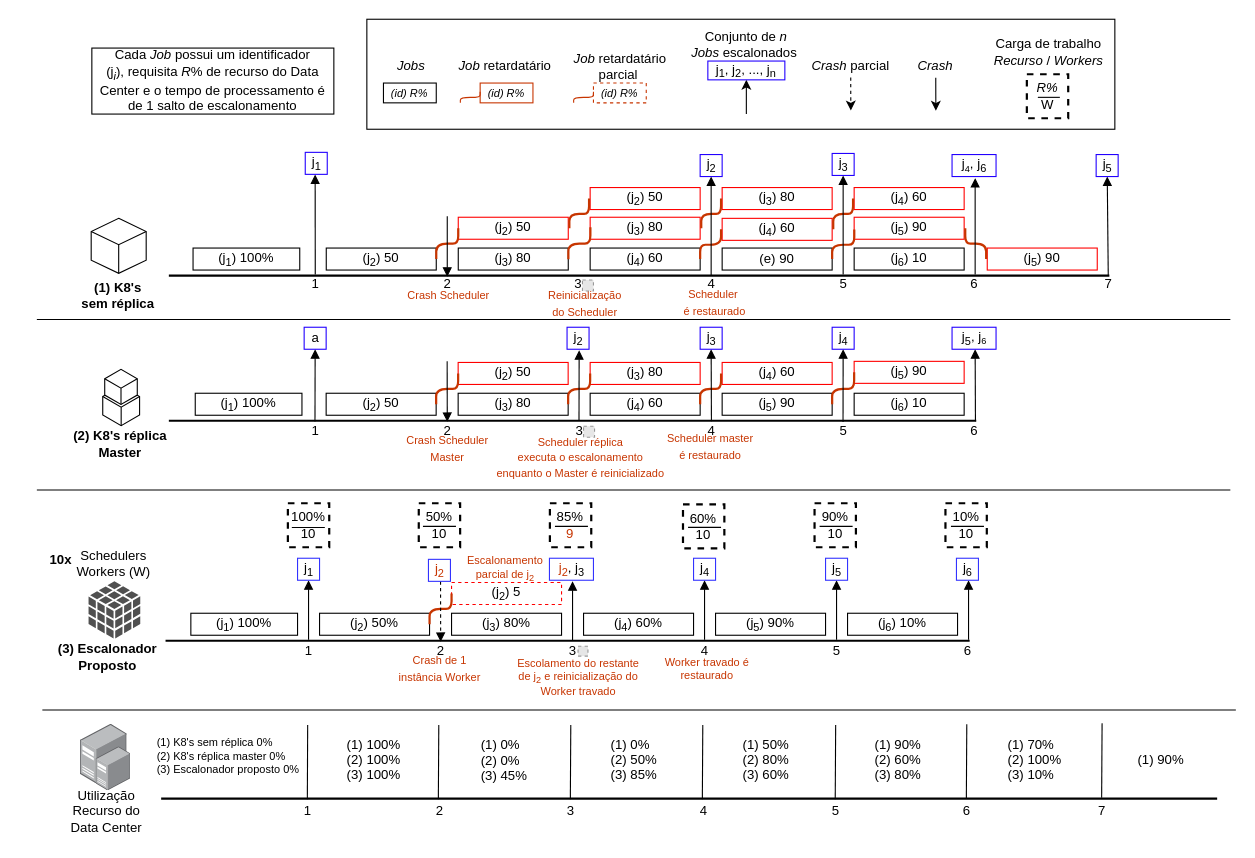
The draw.io diagram schedule-proposal.drawio in lva98/drawio, before the edit. Source tidied: cells renumbered, new cells numbered last; positions are measured from the earlier drawing's top-left corner, leaving out a move shared by most shapes. Both pictures are drawn from the tidied source at 110%, with x=0, y=0 at pixel (19, 19). Pictures stored in the file or linked from it are replaced by grey dashed boxes.
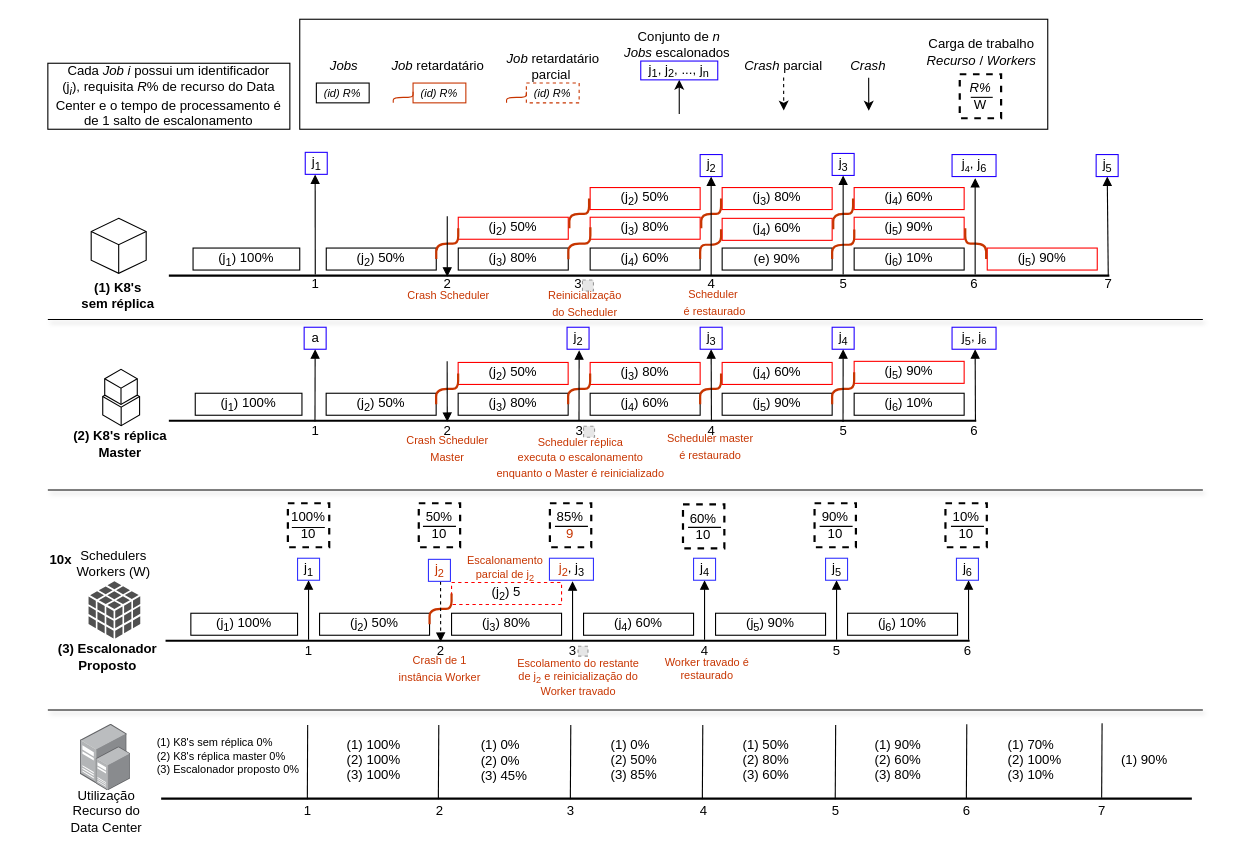
The same diagram, later.

Diff of the diagram source:
```diff
@@
-    <mxCell id="10" value="(j&lt;sub&gt;2&lt;/sub&gt;) 50" style="rounded=0;whiteSpace=wrap;html=1;strokeWidth=1;fillColor=none;" parent="1" vertex="1">
+    <mxCell id="10" value="(j&lt;sub&gt;2&lt;/sub&gt;) 50%" style="rounded=0;whiteSpace=wrap;html=1;strokeWidth=1;fillColor=none;" parent="1" vertex="1">
       <mxGeometry x="279" y="340" width="100" height="20" as="geometry" />
     </mxCell>
-    <mxCell id="11" value="(j&lt;sub&gt;3&lt;/sub&gt;) 80" style="rounded=0;whiteSpace=wrap;html=1;strokeWidth=1;fillColor=none;" parent="1" vertex="1">
+    <mxCell id="11" value="(j&lt;sub&gt;3&lt;/sub&gt;) 80%" style="rounded=0;whiteSpace=wrap;html=1;strokeWidth=1;fillColor=none;" parent="1" vertex="1">
       <mxGeometry x="399" y="340" width="100" height="20" as="geometry" />
     </mxCell>
-    <mxCell id="12" value="(j&lt;sub&gt;2&lt;/sub&gt;) 50" style="rounded=0;whiteSpace=wrap;html=1;strokeWidth=1;fillColor=none;perimeterSpacing=1;strokeColor=#FF0000;" parent="1" vertex="1">
+    <mxCell id="12" value="(j&lt;sub&gt;2&lt;/sub&gt;) 50%" style="rounded=0;whiteSpace=wrap;html=1;strokeWidth=1;fillColor=none;perimeterSpacing=1;strokeColor=#FF0000;" parent="1" vertex="1">
       <mxGeometry x="399" y="312" width="100" height="20" as="geometry" />
     </mxCell>
@@
-    <mxCell id="14" value="(j&lt;sub&gt;4&lt;/sub&gt;) 60" style="rounded=0;whiteSpace=wrap;html=1;strokeWidth=1;fillColor=none;" parent="1" vertex="1">
+    <mxCell id="14" value="(j&lt;sub&gt;4&lt;/sub&gt;) 60%" style="rounded=0;whiteSpace=wrap;html=1;strokeWidth=1;fillColor=none;" parent="1" vertex="1">
       <mxGeometry x="519" y="340" width="100" height="20" as="geometry" />
     </mxCell>
-    <mxCell id="15" value="(j&lt;sub&gt;3&lt;/sub&gt;) 80" style="rounded=0;whiteSpace=wrap;html=1;strokeWidth=1;fillColor=none;perimeterSpacing=1;strokeColor=#FF0000;" parent="1" vertex="1">
+    <mxCell id="15" value="(j&lt;sub&gt;3&lt;/sub&gt;) 80%" style="rounded=0;whiteSpace=wrap;html=1;strokeWidth=1;fillColor=none;perimeterSpacing=1;strokeColor=#FF0000;" parent="1" vertex="1">
       <mxGeometry x="519" y="312" width="100" height="20" as="geometry" />
     </mxCell>
@@
-    <mxCell id="17" value="(j&lt;sub&gt;5&lt;/sub&gt;) 90" style="rounded=0;whiteSpace=wrap;html=1;strokeWidth=1;fillColor=none;" parent="1" vertex="1">
+    <mxCell id="17" value="(j&lt;sub&gt;5&lt;/sub&gt;) 90%" style="rounded=0;whiteSpace=wrap;html=1;strokeWidth=1;fillColor=none;" parent="1" vertex="1">
       <mxGeometry x="639" y="340" width="100" height="20" as="geometry" />
     </mxCell>
-    <mxCell id="18" value="(j&lt;sub&gt;4&lt;/sub&gt;) 60" style="rounded=0;whiteSpace=wrap;html=1;strokeWidth=1;fillColor=none;perimeterSpacing=1;strokeColor=#FF0000;" parent="1" vertex="1">
+    <mxCell id="18" value="(j&lt;sub&gt;4&lt;/sub&gt;) 60%" style="rounded=0;whiteSpace=wrap;html=1;strokeWidth=1;fillColor=none;perimeterSpacing=1;strokeColor=#FF0000;" parent="1" vertex="1">
       <mxGeometry x="639" y="312" width="100" height="20" as="geometry" />
     </mxCell>
@@
-    <mxCell id="20" value="(j&lt;sub&gt;6&lt;/sub&gt;) 10" style="rounded=0;whiteSpace=wrap;html=1;strokeWidth=1;fillColor=none;" parent="1" vertex="1">
+    <mxCell id="20" value="(j&lt;sub&gt;6&lt;/sub&gt;) 10%" style="rounded=0;whiteSpace=wrap;html=1;strokeWidth=1;fillColor=none;" parent="1" vertex="1">
       <mxGeometry x="759" y="340" width="100" height="20" as="geometry" />
     </mxCell>
-    <mxCell id="21" value="(j&lt;sub&gt;2&lt;/sub&gt;) 50" style="rounded=0;whiteSpace=wrap;html=1;strokeWidth=1;fillColor=none;" parent="1" vertex="1">
+    <mxCell id="21" value="(j&lt;sub&gt;2&lt;/sub&gt;) 50%" style="rounded=0;whiteSpace=wrap;html=1;strokeWidth=1;fillColor=none;" parent="1" vertex="1">
       <mxGeometry x="279.1" y="208" width="100" height="20" as="geometry" />
     </mxCell>
-    <mxCell id="22" value="(j&lt;sub&gt;3&lt;/sub&gt;) 80" style="rounded=0;whiteSpace=wrap;html=1;strokeWidth=1;fillColor=none;" parent="1" vertex="1">
+    <mxCell id="22" value="(j&lt;sub&gt;3&lt;/sub&gt;) 80%" style="rounded=0;whiteSpace=wrap;html=1;strokeWidth=1;fillColor=none;" parent="1" vertex="1">
       <mxGeometry x="399.1" y="208" width="100" height="20" as="geometry" />
     </mxCell>
-    <mxCell id="23" value="(j&lt;sub&gt;2&lt;/sub&gt;) 50" style="rounded=0;whiteSpace=wrap;html=1;strokeWidth=1;fillColor=none;perimeterSpacing=1;strokeColor=#FF0000;" parent="1" vertex="1">
+    <mxCell id="23" value="(j&lt;sub&gt;2&lt;/sub&gt;) 50%" style="rounded=0;whiteSpace=wrap;html=1;strokeWidth=1;fillColor=none;perimeterSpacing=1;strokeColor=#FF0000;" parent="1" vertex="1">
       <mxGeometry x="399.1" y="180" width="100" height="20" as="geometry" />
     </mxCell>
@@
-    <mxCell id="25" value="(j&lt;sub&gt;4&lt;/sub&gt;) 60" style="rounded=0;whiteSpace=wrap;html=1;strokeWidth=1;fillColor=none;" parent="1" vertex="1">
+    <mxCell id="25" value="(j&lt;sub&gt;4&lt;/sub&gt;) 60%" style="rounded=0;whiteSpace=wrap;html=1;strokeWidth=1;fillColor=none;" parent="1" vertex="1">
       <mxGeometry x="519" y="208" width="100" height="20" as="geometry" />
     </mxCell>
-    <mxCell id="26" value="(j&lt;sub&gt;3&lt;/sub&gt;) 80" style="rounded=0;whiteSpace=wrap;html=1;strokeWidth=1;fillColor=none;perimeterSpacing=1;strokeColor=#FF0000;" parent="1" vertex="1">
+    <mxCell id="26" value="(j&lt;sub&gt;3&lt;/sub&gt;) 80%" style="rounded=0;whiteSpace=wrap;html=1;strokeWidth=1;fillColor=none;perimeterSpacing=1;strokeColor=#FF0000;" parent="1" vertex="1">
       <mxGeometry x="519" y="180" width="100" height="20" as="geometry" />
     </mxCell>
-    <mxCell id="27" value="(e) 90" style="rounded=0;whiteSpace=wrap;html=1;strokeWidth=1;fillColor=none;" parent="1" vertex="1">
+    <mxCell id="27" value="(e) 90%" style="rounded=0;whiteSpace=wrap;html=1;strokeWidth=1;fillColor=none;" parent="1" vertex="1">
       <mxGeometry x="639" y="208" width="100" height="20" as="geometry" />
     </mxCell>
-    <mxCell id="28" value="(j&lt;sub&gt;3&lt;/sub&gt;) 80" style="rounded=0;whiteSpace=wrap;html=1;strokeWidth=1;fillColor=none;perimeterSpacing=1;strokeColor=#FF0000;" parent="1" vertex="1">
+    <mxCell id="28" value="(j&lt;sub&gt;3&lt;/sub&gt;) 80%" style="rounded=0;whiteSpace=wrap;html=1;strokeWidth=1;fillColor=none;perimeterSpacing=1;strokeColor=#FF0000;" parent="1" vertex="1">
       <mxGeometry x="639" y="153" width="100" height="20" as="geometry" />
     </mxCell>
-    <mxCell id="29" value="(j&lt;sub&gt;6&lt;/sub&gt;) 10" style="rounded=0;whiteSpace=wrap;html=1;strokeWidth=1;fillColor=none;" parent="1" vertex="1">
+    <mxCell id="29" value="(j&lt;sub&gt;6&lt;/sub&gt;) 10%" style="rounded=0;whiteSpace=wrap;html=1;strokeWidth=1;fillColor=none;" parent="1" vertex="1">
       <mxGeometry x="759" y="208" width="100" height="20" as="geometry" />
     </mxCell>
-    <mxCell id="30" value="(j&lt;sub&gt;5&lt;/sub&gt;) 90" style="rounded=0;whiteSpace=wrap;html=1;strokeWidth=1;fillColor=none;perimeterSpacing=1;strokeColor=#FF0000;" parent="1" vertex="1">
+    <mxCell id="30" value="(j&lt;sub&gt;5&lt;/sub&gt;) 90%" style="rounded=0;whiteSpace=wrap;html=1;strokeWidth=1;fillColor=none;perimeterSpacing=1;strokeColor=#FF0000;" parent="1" vertex="1">
       <mxGeometry x="759" y="180" width="100" height="20" as="geometry" />
     </mxCell>
-    <mxCell id="31" value="(j&lt;sub&gt;2&lt;/sub&gt;) 50" style="rounded=0;whiteSpace=wrap;html=1;strokeWidth=1;fillColor=none;perimeterSpacing=1;strokeColor=#FF0000;" parent="1" vertex="1">
+    <mxCell id="31" value="(j&lt;sub&gt;2&lt;/sub&gt;) 50%" style="rounded=0;whiteSpace=wrap;html=1;strokeWidth=1;fillColor=none;perimeterSpacing=1;strokeColor=#FF0000;" parent="1" vertex="1">
       <mxGeometry x="519" y="153" width="100" height="20" as="geometry" />
     </mxCell>
@@
-    <mxCell id="36" value="(j&lt;sub&gt;5&lt;/sub&gt;) 90" style="rounded=0;whiteSpace=wrap;html=1;strokeWidth=1;strokeColor=#FF0000;" parent="1" vertex="1">
+    <mxCell id="36" value="(j&lt;sub&gt;5&lt;/sub&gt;) 90%" style="rounded=0;whiteSpace=wrap;html=1;strokeWidth=1;strokeColor=#FF0000;" parent="1" vertex="1">
       <mxGeometry x="759" y="311" width="100" height="20" as="geometry" />
     </mxCell>
@@
-    <mxCell id="38" value="(j&lt;sub&gt;4&lt;/sub&gt;) 60" style="rounded=0;whiteSpace=wrap;html=1;strokeWidth=1;fillColor=none;perimeterSpacing=1;strokeColor=#FF0000;" parent="1" vertex="1">
+    <mxCell id="38" value="(j&lt;sub&gt;4&lt;/sub&gt;) 60%" style="rounded=0;whiteSpace=wrap;html=1;strokeWidth=1;fillColor=none;perimeterSpacing=1;strokeColor=#FF0000;" parent="1" vertex="1">
       <mxGeometry x="639" y="181" width="100" height="20" as="geometry" />
     </mxCell>
@@
-    <mxCell id="42" value="(j&lt;sub&gt;4&lt;/sub&gt;) 60" style="rounded=0;whiteSpace=wrap;html=1;strokeWidth=1;fillColor=none;perimeterSpacing=1;strokeColor=#FF0000;" parent="1" vertex="1">
+    <mxCell id="42" value="(j&lt;sub&gt;4&lt;/sub&gt;) 60%" style="rounded=0;whiteSpace=wrap;html=1;strokeWidth=1;fillColor=none;perimeterSpacing=1;strokeColor=#FF0000;" parent="1" vertex="1">
       <mxGeometry x="759" y="153" width="100" height="20" as="geometry" />
     </mxCell>
@@
-    <mxCell id="44" value="(j&lt;sub&gt;5&lt;/sub&gt;) 90" style="rounded=0;whiteSpace=wrap;html=1;strokeWidth=1;fillColor=none;perimeterSpacing=1;strokeColor=#FF0000;" parent="1" vertex="1">
+    <mxCell id="44" value="(j&lt;sub&gt;5&lt;/sub&gt;) 90%" style="rounded=0;whiteSpace=wrap;html=1;strokeWidth=1;fillColor=none;perimeterSpacing=1;strokeColor=#FF0000;" parent="1" vertex="1">
       <mxGeometry x="880" y="208" width="100" height="20" as="geometry" />
     </mxCell>
@@
     <mxCell id="46" value="&lt;i&gt;&lt;font style=&quot;font-size: 10px&quot;&gt;(id) R%&lt;/font&gt;&lt;/i&gt;" style="rounded=0;whiteSpace=wrap;html=1;strokeWidth=1;fillColor=none;strokeColor=#C73500;" parent="1" vertex="1">
-      <mxGeometry x="419" y="58" width="48" height="18" as="geometry" />
+      <mxGeometry x="358" y="58" width="48" height="18" as="geometry" />
     </mxCell>
     <mxCell id="47" value="&lt;i&gt;Job &lt;/i&gt;retardatário&lt;i&gt;&amp;nbsp;&lt;br&gt;&lt;/i&gt;" style="text;html=1;align=center;verticalAlign=middle;" parent="1" vertex="1">
-      <mxGeometry x="393" y="33" width="100" height="20" as="geometry" />
+      <mxGeometry x="332" y="33" width="100" height="20" as="geometry" />
     </mxCell>
     <mxCell id="48" style="endArrow=none;html=1;strokeWidth=1;fillColor=#fa6800;strokeColor=#C73500;entryX=0;entryY=0.5;entryDx=0;entryDy=0;edgeStyle=elbowEdgeStyle;elbow=vertical;" parent="1" edge="1">
       <mxGeometry relative="1" as="geometry">
-        <mxPoint x="401" y="76" as="sourcePoint" />
-        <mxPoint x="419" y="66" as="targetPoint" />
+        <mxPoint x="340" y="76" as="sourcePoint" />
+        <mxPoint x="358" y="66" as="targetPoint" />
       </mxGeometry>
     </mxCell>
     <mxCell id="49" value="&lt;i&gt;Crash &lt;/i&gt;parcial" style="text;html=1;strokeColor=none;fillColor=none;align=center;verticalAlign=middle;whiteSpace=wrap;rounded=0;" parent="1" vertex="1">
-      <mxGeometry x="716.1" y="33" width="80" height="20" as="geometry" />
+      <mxGeometry x="655.1" y="33" width="80" height="20" as="geometry" />
     </mxCell>
     <mxCell id="50" value="&lt;i&gt;&lt;font style=&quot;font-size: 10px&quot;&gt;(id) R%&lt;/font&gt;&lt;/i&gt;" style="rounded=0;whiteSpace=wrap;html=1;strokeWidth=1;fillColor=none;strokeColor=#000000;" parent="1" vertex="1">
-      <mxGeometry x="331.1" y="58" width="48" height="18" as="geometry" />
+      <mxGeometry x="270.1" y="58" width="48" height="18" as="geometry" />
     </mxCell>
@@
     <mxCell id="52" value="&lt;i&gt;&lt;font style=&quot;font-size: 10px&quot;&gt;(id) R%&lt;/font&gt;&lt;/i&gt;" style="rounded=0;whiteSpace=wrap;html=1;strokeWidth=1;fillColor=none;strokeColor=#C73500;dashed=1;" parent="1" vertex="1">
-      <mxGeometry x="522" y="58" width="48" height="18" as="geometry" />
+      <mxGeometry x="461" y="58" width="48" height="18" as="geometry" />
     </mxCell>
     <mxCell id="53" value="&lt;i&gt;Job &lt;/i&gt;retardatário&lt;br&gt;parcial&amp;nbsp;" style="text;html=1;align=center;verticalAlign=middle;" parent="1" vertex="1">
-      <mxGeometry x="496" y="28" width="100" height="30" as="geometry" />
+      <mxGeometry x="435" y="28" width="100" height="30" as="geometry" />
     </mxCell>
     <mxCell id="54" style="endArrow=none;html=1;strokeWidth=1;fillColor=#fa6800;strokeColor=#C73500;entryX=0;entryY=0.5;entryDx=0;entryDy=0;edgeStyle=elbowEdgeStyle;elbow=vertical;" parent="1" edge="1">
       <mxGeometry relative="1" as="geometry">
-        <mxPoint x="504" y="76" as="sourcePoint" />
-        <mxPoint x="522" y="66" as="targetPoint" />
+        <mxPoint x="443" y="76" as="sourcePoint" />
+        <mxPoint x="461" y="66" as="targetPoint" />
       </mxGeometry>
     </mxCell>
@@
     <mxCell id="58" style="rounded=0;whiteSpace=wrap;html=1;fontSize=10;fontColor=#C73500;strokeColor=#000000;fillColor=none;" parent="1" vertex="1">
-      <mxGeometry x="316" width="680" height="100" as="geometry" />
+      <mxGeometry x="255" width="680" height="100" as="geometry" />
     </mxCell>
     <mxCell id="59" style="line;strokeWidth=1;dashed=0;labelPosition=right;align=left;verticalAlign=middle;spacingTop=0;spacingLeft=6;fontSize=10;fontColor=#C73500;fillColor=none;" parent="1" vertex="1">
-      <mxGeometry x="926" y="66" width="20" height="10" as="geometry" />
+      <mxGeometry x="865" y="66" width="20" height="10" as="geometry" />
     </mxCell>
@@
-    <mxCell id="69" style="line;strokeWidth=1;html=1;fontSize=10;fontColor=#C73500;fillColor=none;align=center;" parent="1" vertex="1">
-      <mxGeometry x="21" y="623" width="1085" height="10" as="geometry" />
+    <mxCell id="69" style="line;strokeWidth=1;html=1;fontSize=10;fontColor=#C73500;fillColor=none;align=center;shadow=1;" parent="1" vertex="1">
+      <mxGeometry x="26" y="623" width="1050" height="10" as="geometry" />
     </mxCell>
-    <mxCell id="70" style="line;strokeWidth=1;html=1;fontSize=10;fontColor=#C73500;fillColor=none;align=center;" parent="1" vertex="1">
-      <mxGeometry x="16" y="423" width="1085" height="10" as="geometry" />
+    <mxCell id="70" style="line;strokeWidth=1;html=1;fontSize=10;fontColor=#C73500;fillColor=none;align=center;shadow=1;" parent="1" vertex="1">
+      <mxGeometry x="26" y="423" width="1050" height="10" as="geometry" />
     </mxCell>
-    <mxCell id="71" style="line;strokeWidth=1;html=1;fontSize=10;fontColor=#C73500;fillColor=none;align=center;" parent="1" vertex="1">
-      <mxGeometry x="16" y="268" width="1085" height="10" as="geometry" />
+    <mxCell id="71" style="line;strokeWidth=1;html=1;fontSize=10;fontColor=#C73500;fillColor=none;align=center;shadow=1;" parent="1" vertex="1">
+      <mxGeometry x="26" y="268" width="1050" height="10" as="geometry" />
     </mxCell>
+    <mxCell id="186" style="edgeStyle=elbowEdgeStyle;rounded=0;orthogonalLoop=1;jettySize=auto;elbow=vertical;html=1;entryX=1;entryY=0.5;entryDx=0;entryDy=0;entryPerimeter=0;fontSize=10;fontColor=#C73500;strokeColor=#C73500;" parent="1" edge="1" source="69" target="69">
+      <mxGeometry relative="1" as="geometry" />
+    </mxCell>
@@
     <mxCell id="125" value="&lt;i&gt;R%&lt;/i&gt;&lt;br&gt;W" style="rounded=0;whiteSpace=wrap;html=1;dashed=1;fillColor=none;strokeWidth=2;align=center;" parent="72" vertex="1">
-      <mxGeometry x="916" y="50" width="37.6" height="40" as="geometry" />
+      <mxGeometry x="855" y="50" width="37.6" height="40" as="geometry" />
     </mxCell>
@@
     <mxCell id="133" style="endArrow=classic;html=1;strokeWidth=1;" parent="72" edge="1" target="134">
       <mxGeometry relative="1" as="geometry">
-        <mxPoint x="661" y="86.2" as="sourcePoint" />
+        <mxPoint x="600" y="86.2" as="sourcePoint" />
       </mxGeometry>
     </mxCell>
     <mxCell id="134" value="j&lt;sub&gt;1&lt;/sub&gt;, j&lt;sub&gt;2&lt;/sub&gt;, ..., j&lt;sub&gt;n&lt;/sub&gt;" style="text;html=1;strokeColor=#2200FF;fillColor=none;align=center;verticalAlign=middle;whiteSpace=wrap;rounded=0;" parent="72" vertex="1">
-      <mxGeometry x="626" y="38" width="70" height="17.1" as="geometry" />
+      <mxGeometry x="565" y="38" width="70" height="17.1" as="geometry" />
     </mxCell>
     <mxCell id="135" style="endArrow=classic;html=1;strokeWidth=1;" parent="72" edge="1">
       <mxGeometry relative="1" as="geometry">
-        <mxPoint x="833.2" y="53.1" as="sourcePoint" />
-        <mxPoint x="833.3" y="83.1" as="targetPoint" />
+        <mxPoint x="772.2" y="53.1" as="sourcePoint" />
+        <mxPoint x="772.3" y="83.1" as="targetPoint" />
         <Array as="points">
-          <mxPoint x="833.2" y="63.1" />
+          <mxPoint x="772.2" y="63.1" />
         </Array>
       </mxGeometry>
     </mxCell>
     <mxCell id="136" value="&lt;i&gt;Crash&lt;/i&gt;" style="text;html=1;strokeColor=none;fillColor=none;align=center;verticalAlign=middle;whiteSpace=wrap;rounded=0;" parent="72" vertex="1">
-      <mxGeometry x="813" y="33.1" width="40" height="20" as="geometry" />
+      <mxGeometry x="752" y="33.1" width="40" height="20" as="geometry" />
     </mxCell>
     <mxCell id="137" value="Carga de trabalho&lt;br&gt;&lt;i&gt;Recurso&amp;nbsp;&lt;/i&gt;/ &lt;i&gt;Workers&lt;/i&gt;" style="text;html=1;strokeColor=none;fillColor=none;align=center;verticalAlign=middle;whiteSpace=wrap;rounded=0;dashed=1;dashPattern=1 2;" parent="72" vertex="1">
-      <mxGeometry x="856" y="10" width="159.9" height="40" as="geometry" />
+      <mxGeometry x="795" y="10" width="159.9" height="40" as="geometry" />
     </mxCell>
     <mxCell id="138" value="&lt;i&gt;Jobs&lt;/i&gt;" style="text;html=1;align=center;verticalAlign=middle;" parent="72" vertex="1">
-      <mxGeometry x="336" y="33.2" width="40" height="20" as="geometry" />
+      <mxGeometry x="275" y="33.2" width="40" height="20" as="geometry" />
     </mxCell>
     <mxCell id="139" style="endArrow=classic;html=1;strokeWidth=1;dashed=1;" parent="72" edge="1">
       <mxGeometry relative="1" as="geometry">
-        <mxPoint x="755.9" y="53" as="sourcePoint" />
-        <mxPoint x="756" y="83" as="targetPoint" />
+        <mxPoint x="694.9" y="53" as="sourcePoint" />
+        <mxPoint x="695" y="83" as="targetPoint" />
         <Array as="points">
-          <mxPoint x="755.9" y="63" />
+          <mxPoint x="694.9" y="63" />
         </Array>
       </mxGeometry>
     </mxCell>
     <mxCell id="140" value="Conjunto de&lt;i&gt; n&lt;br&gt;Jobs &lt;/i&gt;escalonados&amp;nbsp;" style="text;html=1;strokeColor=none;fillColor=none;align=center;verticalAlign=middle;whiteSpace=wrap;rounded=0;" parent="72" vertex="1">
-      <mxGeometry x="606" y="13" width="110" height="20" as="geometry" />
+      <mxGeometry x="545" y="13" width="110" height="20" as="geometry" />
     </mxCell>
@@
-    <mxCell id="153" value="&lt;span style=&quot;white-space: normal&quot;&gt;Cada &lt;i&gt;Job &lt;/i&gt;possui um identificador&lt;i&gt; &lt;/i&gt;(j&lt;i&gt;&lt;sub&gt;i&lt;/sub&gt;&lt;/i&gt;),&lt;i&gt;&amp;nbsp;&lt;/i&gt;requisita &lt;i&gt;R&lt;/i&gt;% de recurso do Data Center e o tempo de processamento é de 1 salto de escalonamento&lt;/span&gt;" style="rounded=0;whiteSpace=wrap;html=1;fillColor=none;" parent="72" vertex="1">
-      <mxGeometry x="66" y="26.2" width="220" height="60" as="geometry" />
+    <mxCell id="153" value="&lt;span style=&quot;white-space: normal&quot;&gt;Cada &lt;i&gt;Job i&amp;nbsp;&lt;/i&gt;possui um identificador&lt;i&gt; &lt;/i&gt;(j&lt;i&gt;&lt;sub&gt;i&lt;/sub&gt;&lt;/i&gt;),&lt;i&gt;&amp;nbsp;&lt;/i&gt;requisita &lt;i&gt;R&lt;/i&gt;% de recurso do Data Center e o tempo de processamento é de 1 salto de escalonamento&lt;/span&gt;" style="rounded=0;whiteSpace=wrap;html=1;fillColor=none;" parent="72" vertex="1">
+      <mxGeometry x="26" y="40" width="220" height="60" as="geometry" />
     </mxCell>
@@
     <mxCell id="157" style="line;strokeWidth=2;html=1;" parent="72" vertex="1">
-      <mxGeometry x="129" y="703.5" width="960" height="10" as="geometry" />
+      <mxGeometry x="129" y="703.5" width="937" height="10" as="geometry" />
     </mxCell>
@@
     <mxCell id="184" value="&#10;(1) 90%" style="text;strokeColor=none;fillColor=none;align=left;verticalAlign=top;spacingLeft=4;spacingRight=4;overflow=hidden;" parent="72" vertex="1">
-      <mxGeometry x="1011" y="645.5" width="60" height="49.5" as="geometry" />
+      <mxGeometry x="996" y="645.5" width="60" height="49.5" as="geometry" />
     </mxCell>
```
